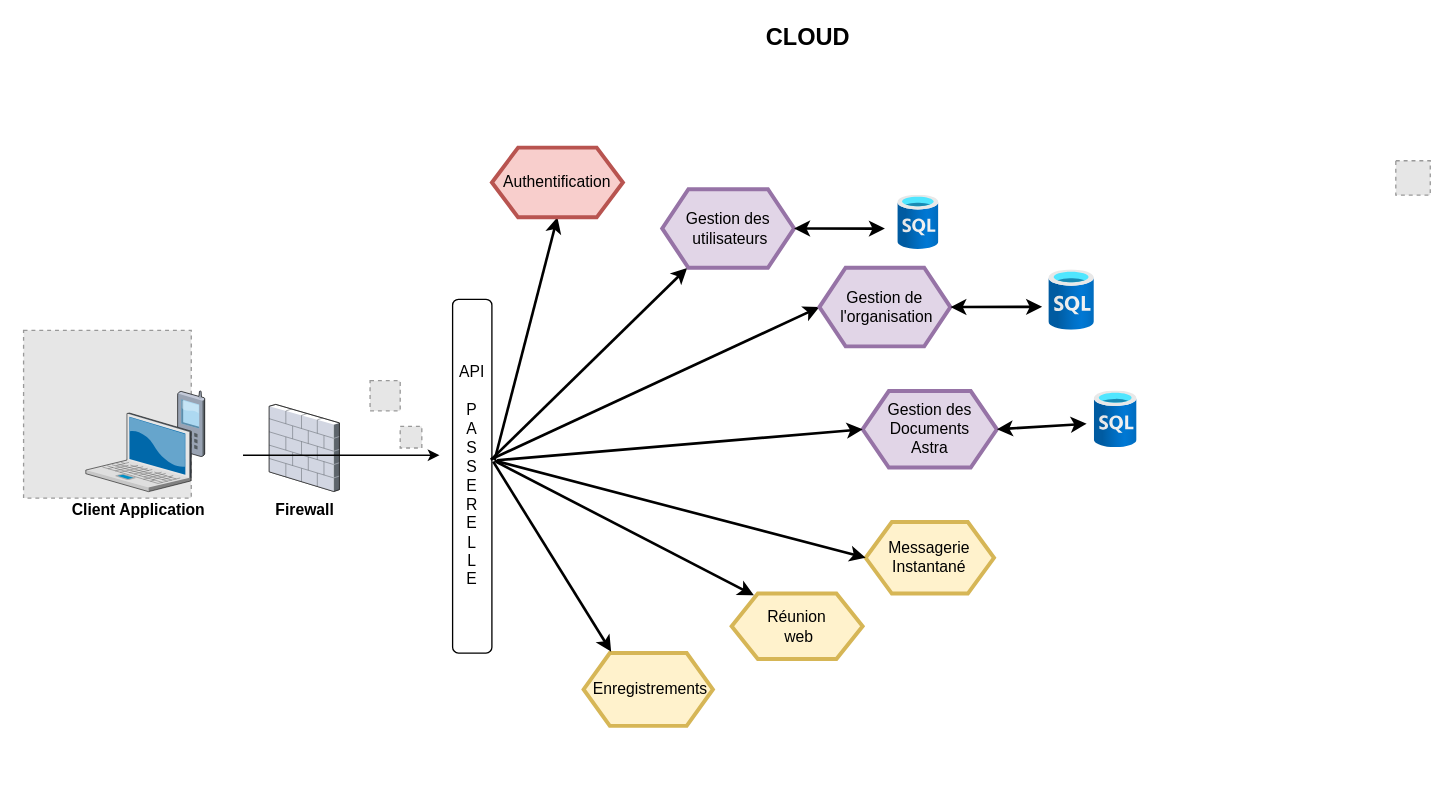
The draw.io diagram page "AchitectureGlobale_Astra" (5 of 9) of AstraComponentDiagr.drawio in Lamessolo/ProjetLeadTech, before the edit. Source tidied: cells renumbered, new cells numbered last; positions are measured from the earlier drawing's top-left corner, leaving out a move shared by most shapes. Both pictures are drawn from the tidied source at 131%, with x=0, y=0 at pixel (22, 24). Pictures stored in the file or linked from it are replaced by grey dashed boxes.
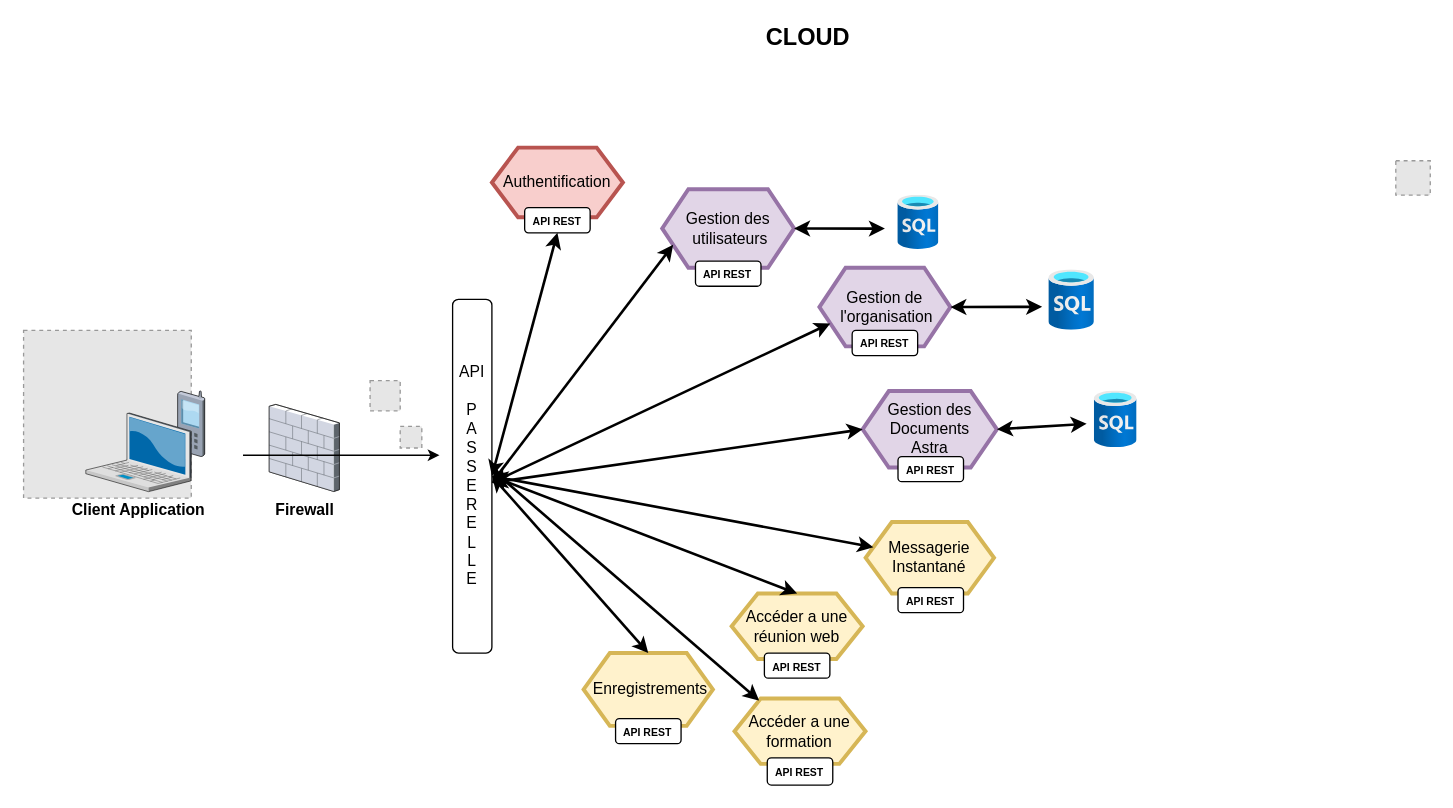
Above is the later version.

Unchanged cells that the change refers to:
```xml
<mxCell id="5" value="API&lt;br&gt;&amp;nbsp;&lt;br&gt;P&lt;br&gt;A&lt;br&gt;S&lt;br&gt;S&lt;br&gt;E&lt;br&gt;R&lt;br&gt;E&lt;br&gt;L&lt;br&gt;L&lt;br&gt;E" style="rounded=1;whiteSpace=wrap;html=1;strokeWidth=1;" parent="1" vertex="1">
  <mxGeometry x="328" y="210" width="30" height="270" as="geometry" />
</mxCell>
<mxCell id="10" value="Gestion des Documents&lt;br&gt;Astra" style="shape=hexagon;perimeter=hexagonPerimeter2;whiteSpace=wrap;html=1;fixedSize=1;fillColor=#e1d5e7;strokeColor=#9673a6;strokeWidth=3;" parent="1" vertex="1">
  <mxGeometry x="641" y="280" width="102.5" height="58.4" as="geometry" />
</mxCell>
<mxCell id="12" value="&amp;nbsp;Enregistrements" style="shape=hexagon;perimeter=hexagonPerimeter2;whiteSpace=wrap;html=1;fixedSize=1;fillColor=#fff2cc;strokeColor=#d6b656;strokeWidth=3;" parent="1" vertex="1">
  <mxGeometry x="428" y="480" width="98.7" height="55.6" as="geometry" />
</mxCell>
<mxCell id="13" value="Messagerie&lt;br&gt;Instantané" style="shape=hexagon;perimeter=hexagonPerimeter2;whiteSpace=wrap;html=1;fixedSize=1;fillColor=#fff2cc;strokeColor=#d6b656;strokeWidth=3;" parent="1" vertex="1">
  <mxGeometry x="643.3" y="380" width="98" height="54.6" as="geometry" />
</mxCell>
<mxCell id="19" value="Authentification" style="shape=hexagon;perimeter=hexagonPerimeter2;whiteSpace=wrap;html=1;fixedSize=1;fillColor=#f8cecc;strokeColor=#b85450;strokeWidth=3;" parent="1" vertex="1">
  <mxGeometry x="358" y="94.2" width="100" height="53.2" as="geometry" />
</mxCell>
<mxCell id="20" value="Gestion des&lt;br&gt;&amp;nbsp;utilisateurs" style="shape=hexagon;perimeter=hexagonPerimeter2;whiteSpace=wrap;html=1;fixedSize=1;fillColor=#e1d5e7;strokeColor=#9673a6;strokeWidth=3;" parent="1" vertex="1">
  <mxGeometry x="488" y="125.9" width="100.7" height="60" as="geometry" />
</mxCell>
<mxCell id="22" value="Gestion de&lt;br&gt;&amp;nbsp;l'organisation" style="shape=hexagon;perimeter=hexagonPerimeter2;whiteSpace=wrap;html=1;fixedSize=1;fillColor=#e1d5e7;strokeColor=#9673a6;strokeWidth=3;" parent="1" vertex="1">
  <mxGeometry x="608" y="185.9" width="100" height="60" as="geometry" />
</mxCell>
```

Diff of the diagram source:
```diff
@@
-    <mxCell id="14" value="Réunion&lt;br&gt;&amp;nbsp;web" style="shape=hexagon;perimeter=hexagonPerimeter2;whiteSpace=wrap;html=1;fixedSize=1;fillColor=#fff2cc;strokeColor=#d6b656;strokeWidth=3;" parent="1" vertex="1">
+    <mxCell id="14" value="Accéder a une réunion web" style="shape=hexagon;perimeter=hexagonPerimeter2;whiteSpace=wrap;html=1;fixedSize=1;fillColor=#fff2cc;strokeColor=#d6b656;strokeWidth=3;" parent="1" vertex="1">
       <mxGeometry x="541" y="434.6" width="100" height="49.9" as="geometry" />
     </mxCell>
-    <mxCell id="15" style="endArrow=classic;html=1;exitX=1;exitY=0.451;exitDx=0;exitDy=0;exitPerimeter=0;entryX=0.189;entryY=1.002;entryDx=0;entryDy=0;entryPerimeter=0;strokeWidth=2;" parent="1" edge="1" source="5" target="20">
-      <mxGeometry relative="1" as="geometry" />
-    </mxCell>
-    <mxCell id="16" style="endArrow=classic;html=1;entryX=0.5;entryY=1;entryDx=0;entryDy=0;exitX=1.067;exitY=0.455;exitDx=0;exitDy=0;exitPerimeter=0;strokeWidth=2;" parent="1" edge="1" source="5" target="19">
-      <mxGeometry relative="1" as="geometry" />
-    </mxCell>
-    <mxCell id="17" style="endArrow=classic;html=1;exitX=1.133;exitY=0.455;exitDx=0;exitDy=0;exitPerimeter=0;entryX=0;entryY=0.5;entryDx=0;entryDy=0;strokeWidth=2;" parent="1" edge="1" source="5" target="10">
-      <mxGeometry relative="1" as="geometry" />
-    </mxCell>
-    <mxCell id="18" style="endArrow=classic;html=1;entryX=0;entryY=0.5;entryDx=0;entryDy=0;exitX=0.967;exitY=0.453;exitDx=0;exitDy=0;exitPerimeter=0;strokeWidth=2;" parent="1" edge="1" source="5" target="22">
-      <mxGeometry relative="1" as="geometry" />
-    </mxCell>
@@
+    <mxCell id="32" style="endArrow=classic;startArrow=classic;html=1;strokeWidth=2;exitX=1;exitY=0.5;exitDx=0;exitDy=0;entryX=0.5;entryY=1;entryDx=0;entryDy=0;" parent="1" edge="1" source="5" target="33">
+      <mxGeometry relative="1" as="geometry" />
+    </mxCell>
+    <mxCell id="33" value="&lt;font style=&quot;font-size: 8px&quot;&gt;&lt;b&gt;API REST&lt;/b&gt;&lt;/font&gt;" style="rounded=1;whiteSpace=wrap;html=1;" parent="1" vertex="1">
+      <mxGeometry x="383" y="140" width="50" height="19.2" as="geometry" />
+    </mxCell>
+    <mxCell id="34" style="endArrow=classic;startArrow=classic;html=1;strokeWidth=2;entryX=0;entryY=0.75;entryDx=0;entryDy=0;" parent="1" edge="1" target="20">
+      <mxGeometry relative="1" as="geometry">
+        <mxPoint x="358" y="350" as="sourcePoint" />
+      </mxGeometry>
+    </mxCell>
+    <mxCell id="35" style="endArrow=classic;startArrow=classic;html=1;strokeWidth=2;entryX=0;entryY=0.75;entryDx=0;entryDy=0;" parent="1" edge="1" target="22">
+      <mxGeometry relative="1" as="geometry">
+        <mxPoint x="358" y="350" as="sourcePoint" />
+      </mxGeometry>
+    </mxCell>
+    <mxCell id="36" style="endArrow=classic;startArrow=classic;html=1;strokeWidth=2;entryX=0;entryY=0.5;entryDx=0;entryDy=0;" parent="1" edge="1" target="10">
+      <mxGeometry relative="1" as="geometry">
+        <mxPoint x="358" y="350" as="sourcePoint" />
+      </mxGeometry>
+    </mxCell>
-    <mxCell id="29" style="endArrow=classic;html=1;strokeWidth=2;exitX=1.067;exitY=0.456;exitDx=0;exitDy=0;exitPerimeter=0;entryX=0;entryY=0.5;entryDx=0;entryDy=0;" parent="1" edge="1" source="5" target="13">
+    <mxCell id="29" style="endArrow=classic;startArrow=classic;html=1;strokeWidth=2;exitX=1;exitY=0.5;exitDx=0;exitDy=0;" parent="1" edge="1" source="5" target="13">
       <mxGeometry relative="1" as="geometry" />
     </mxCell>
-    <mxCell id="30" style="endArrow=classic;html=1;strokeWidth=2;exitX=1.1;exitY=0.459;exitDx=0;exitDy=0;exitPerimeter=0;entryX=0.17;entryY=0.027;entryDx=0;entryDy=0;entryPerimeter=0;" parent="1" edge="1" source="5" target="14">
+    <mxCell id="30" style="endArrow=classic;startArrow=classic;html=1;strokeWidth=2;exitX=1;exitY=0.5;exitDx=0;exitDy=0;entryX=0.5;entryY=0;entryDx=0;entryDy=0;" parent="1" edge="1" source="5" target="14">
       <mxGeometry relative="1" as="geometry" />
     </mxCell>
-    <mxCell id="31" style="endArrow=classic;html=1;strokeWidth=2;exitX=1.033;exitY=0.459;exitDx=0;exitDy=0;exitPerimeter=0;entryX=0.213;entryY=-0.018;entryDx=0;entryDy=0;entryPerimeter=0;" parent="1" edge="1" source="5" target="12">
+    <mxCell id="31" style="endArrow=classic;startArrow=classic;html=1;strokeWidth=2;exitX=1;exitY=0.5;exitDx=0;exitDy=0;entryX=0.5;entryY=0;entryDx=0;entryDy=0;" parent="1" edge="1" source="5" target="12">
       <mxGeometry relative="1" as="geometry" />
     </mxCell>
+    <mxCell id="37" value="&lt;font style=&quot;font-size: 8px&quot;&gt;&lt;b&gt;API REST&lt;/b&gt;&lt;/font&gt;" style="rounded=1;whiteSpace=wrap;html=1;" parent="1" vertex="1">
+      <mxGeometry x="452.4" y="530" width="50" height="19.2" as="geometry" />
+    </mxCell>
+    <mxCell id="38" value="&lt;font style=&quot;font-size: 8px&quot;&gt;&lt;b&gt;API REST&lt;/b&gt;&lt;/font&gt;" style="rounded=1;whiteSpace=wrap;html=1;" parent="1" vertex="1">
+      <mxGeometry x="566" y="480" width="50" height="19.2" as="geometry" />
+    </mxCell>
+    <mxCell id="39" value="&lt;font style=&quot;font-size: 8px&quot;&gt;&lt;b&gt;API REST&lt;/b&gt;&lt;/font&gt;" style="rounded=1;whiteSpace=wrap;html=1;" parent="1" vertex="1">
+      <mxGeometry x="668" y="430" width="50" height="19.2" as="geometry" />
+    </mxCell>
+    <mxCell id="40" value="&lt;font style=&quot;font-size: 8px&quot;&gt;&lt;b&gt;API REST&lt;/b&gt;&lt;/font&gt;" style="rounded=1;whiteSpace=wrap;html=1;" parent="1" vertex="1">
+      <mxGeometry x="668" y="330" width="50" height="19.2" as="geometry" />
+    </mxCell>
+    <mxCell id="41" value="&lt;font style=&quot;font-size: 8px&quot;&gt;&lt;b&gt;API REST&lt;/b&gt;&lt;/font&gt;" style="rounded=1;whiteSpace=wrap;html=1;" parent="1" vertex="1">
+      <mxGeometry x="633" y="233.7" width="50" height="19.2" as="geometry" />
+    </mxCell>
+    <mxCell id="42" value="&lt;font style=&quot;font-size: 8px&quot;&gt;&lt;b&gt;API REST&lt;/b&gt;&lt;/font&gt;" style="rounded=1;whiteSpace=wrap;html=1;" parent="1" vertex="1">
+      <mxGeometry x="513.4" y="180.8" width="50" height="19.2" as="geometry" />
+    </mxCell>
+    <mxCell id="43" value="Accéder a une formation" style="shape=hexagon;perimeter=hexagonPerimeter2;whiteSpace=wrap;html=1;fixedSize=1;fillColor=#fff2cc;strokeColor=#d6b656;strokeWidth=3;" parent="1" vertex="1">
+      <mxGeometry x="543.2" y="514.7" width="100" height="49.9" as="geometry" />
+    </mxCell>
+    <mxCell id="44" value="&lt;font style=&quot;font-size: 8px&quot;&gt;&lt;b&gt;API REST&lt;/b&gt;&lt;/font&gt;" style="rounded=1;whiteSpace=wrap;html=1;" parent="1" vertex="1">
+      <mxGeometry x="568.2" y="560" width="50" height="20.8" as="geometry" />
+    </mxCell>
+    <mxCell id="45" style="endArrow=classic;startArrow=classic;html=1;strokeWidth=2;entryX=0.188;entryY=0.031;entryDx=0;entryDy=0;entryPerimeter=0;" parent="1" edge="1" target="43">
+      <mxGeometry relative="1" as="geometry">
+        <mxPoint x="358" y="340" as="sourcePoint" />
+      </mxGeometry>
+    </mxCell>
```
